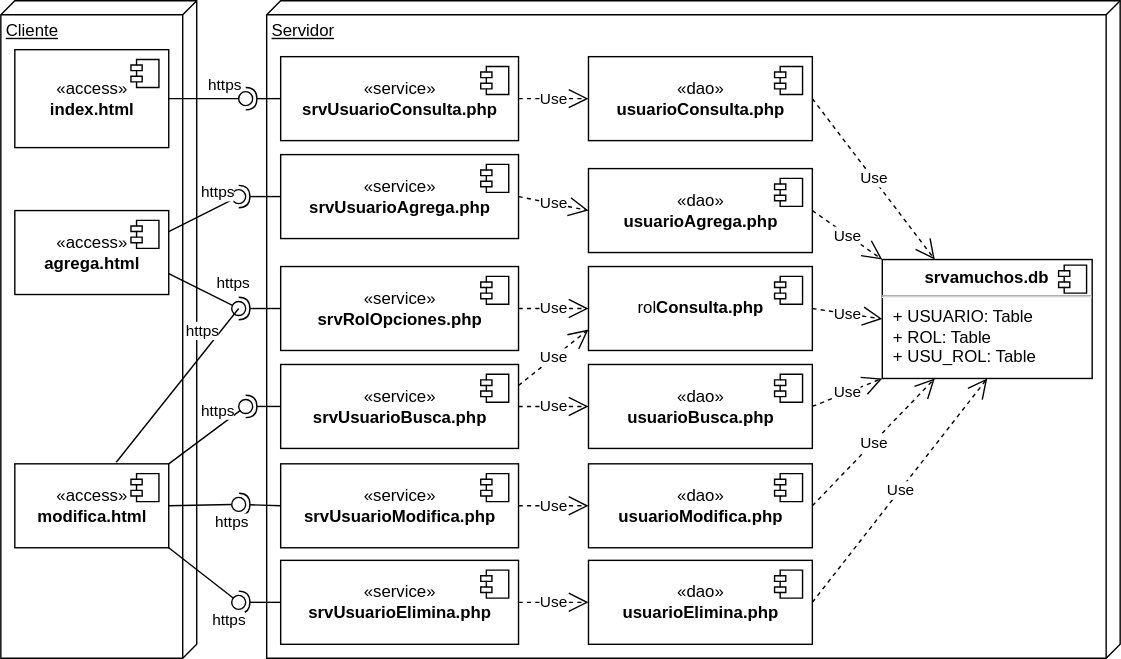
Above: img/m18amuchos/amuchosdeploy.drawio.svg in gilpgawoas/gilpgawoas.github.io (draw.io), before the change. Source tidied: cells renumbered, new cells last; positions are measured from the earlier drawing's top-left corner, leaving out a move shared by most shapes.
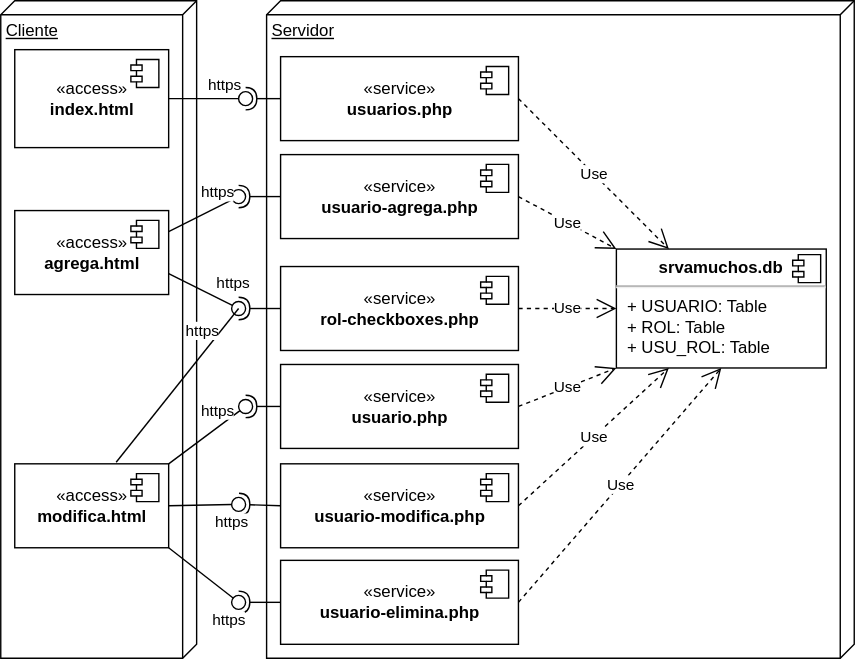
The same diagram one commit later.

The edit, as a diff of the source:
```diff
@@ -14,9 +14,9 @@
       </mxGeometry>
     </mxCell>
     <mxCell id="5" value="Servidor" style="verticalAlign=top;align=left;spacingTop=8;spacingLeft=2;spacingRight=12;shape=cube;size=10;direction=south;fontStyle=4;html=1;" parent="1" vertex="1">
-      <mxGeometry x="190" width="610" height="470" as="geometry" />
+      <mxGeometry x="190" width="420" height="470" as="geometry" />
     </mxCell>
-    <mxCell id="6" value="«service»&lt;br&gt;&lt;b&gt;srvUsuarioConsulta.php&lt;/b&gt;" style="html=1;" parent="1" vertex="1">
+    <mxCell id="6" value="«service»&lt;br&gt;&lt;b&gt;usuarios.php&lt;/b&gt;" style="html=1;" parent="1" vertex="1">
       <mxGeometry x="200" y="40" width="170" height="60" as="geometry" />
     </mxCell>
     <mxCell id="7" style="shape=module;jettyWidth=8;jettyHeight=4;" parent="6" vertex="1">
@@ -24,70 +24,26 @@
         <mxPoint x="-27" y="7" as="offset" />
       </mxGeometry>
     </mxCell>
-    <mxCell id="8" value="«dao»&lt;br&gt;&lt;b style=&quot;border-color: var(--border-color);&quot;&gt;usuario&lt;/b&gt;&lt;b&gt;Modifica.php&lt;/b&gt;" style="html=1;" parent="1" vertex="1">
-      <mxGeometry x="420" y="331" width="160" height="60" as="geometry" />
-    </mxCell>
-    <mxCell id="9" style="shape=module;jettyWidth=8;jettyHeight=4;" parent="8" vertex="1">
-      <mxGeometry x="1" width="20" height="20" relative="1" as="geometry">
-        <mxPoint x="-27" y="7" as="offset" />
-      </mxGeometry>
-    </mxCell>
-    <mxCell id="10" value="«dao»&lt;br&gt;&lt;b style=&quot;border-color: var(--border-color);&quot;&gt;usuario&lt;/b&gt;&lt;b&gt;Elimina.php&lt;/b&gt;" style="html=1;" parent="1" vertex="1">
-      <mxGeometry x="420" y="400" width="160" height="60" as="geometry" />
-    </mxCell>
-    <mxCell id="11" style="shape=module;jettyWidth=8;jettyHeight=4;" parent="10" vertex="1">
-      <mxGeometry x="1" width="20" height="20" relative="1" as="geometry">
-        <mxPoint x="-27" y="7" as="offset" />
-      </mxGeometry>
-    </mxCell>
-    <mxCell id="12" value="Use" style="endArrow=open;endSize=12;dashed=1;html=1;rounded=0;entryX=0;entryY=0.5;entryDx=0;entryDy=0;exitX=1;exitY=0.5;exitDx=0;exitDy=0;" parent="1" edge="1" source="6" target="30">
-      <mxGeometry relative="1" as="geometry" />
-    </mxCell>
-    <mxCell id="13" value="Use" style="endArrow=open;endSize=12;dashed=1;html=1;rounded=0;entryX=0;entryY=0.5;entryDx=0;entryDy=0;exitX=1;exitY=0.5;exitDx=0;exitDy=0;" parent="1" edge="1" source="38" target="10">
-      <mxGeometry relative="1" as="geometry" />
-    </mxCell>
-    <mxCell id="14" value="Use" style="endArrow=open;endSize=12;dashed=1;html=1;rounded=0;exitX=1;exitY=0.5;exitDx=0;exitDy=0;entryX=0.25;entryY=1;entryDx=0;entryDy=0;" parent="1" edge="1" source="8" target="16">
+    <mxCell id="14" value="Use" style="endArrow=open;endSize=12;dashed=1;html=1;rounded=0;entryX=0.25;entryY=1;entryDx=0;entryDy=0;exitX=1;exitY=0.5;exitDx=0;exitDy=0;" parent="1" edge="1" source="36" target="16">
       <mxGeometry relative="1" as="geometry" />
     </mxCell>
-    <mxCell id="15" value="Use" style="endArrow=open;endSize=12;dashed=1;html=1;rounded=0;entryX=0.5;entryY=1;entryDx=0;entryDy=0;exitX=1;exitY=0.5;exitDx=0;exitDy=0;" parent="1" edge="1" source="10" target="16">
+    <mxCell id="15" value="Use" style="endArrow=open;endSize=12;dashed=1;html=1;rounded=0;entryX=0.5;entryY=1;entryDx=0;entryDy=0;exitX=1;exitY=0.5;exitDx=0;exitDy=0;" parent="1" edge="1" source="38" target="16">
       <mxGeometry relative="1" as="geometry" />
     </mxCell>
     <mxCell id="16" value="&lt;p style=&quot;margin:0px;margin-top:6px;text-align:center;&quot;&gt;&lt;b&gt;srvamuchos.db&lt;/b&gt;&lt;/p&gt;&lt;hr&gt;&lt;p style=&quot;margin:0px;margin-left:8px;&quot;&gt;+ USUARIO: Table&lt;/p&gt;&lt;p style=&quot;margin:0px;margin-left:8px;&quot;&gt;+ ROL: Table&lt;/p&gt;&lt;p style=&quot;margin:0px;margin-left:8px;&quot;&gt;+ USU_ROL: Table&lt;/p&gt;" style="align=left;overflow=fill;html=1;" parent="1" vertex="1">
-      <mxGeometry x="630" y="185" width="150" height="85" as="geometry" />
+      <mxGeometry x="440" y="177.5" width="150" height="85" as="geometry" />
     </mxCell>
     <mxCell id="17" style="shape=component;jettyWidth=8;jettyHeight=4;" parent="16" vertex="1">
       <mxGeometry x="1" width="20" height="20" relative="1" as="geometry">
         <mxPoint x="-24" y="4" as="offset" />
       </mxGeometry>
     </mxCell>
-    <mxCell id="18" value="«dao»&lt;br&gt;&lt;b style=&quot;border-color: var(--border-color);&quot;&gt;usuario&lt;/b&gt;&lt;b&gt;Agrega.php&lt;/b&gt;" style="html=1;" parent="1" vertex="1">
-      <mxGeometry x="420" y="120" width="160" height="60" as="geometry" />
-    </mxCell>
-    <mxCell id="19" style="shape=module;jettyWidth=8;jettyHeight=4;" parent="18" vertex="1">
-      <mxGeometry x="1" width="20" height="20" relative="1" as="geometry">
-        <mxPoint x="-27" y="7" as="offset" />
-      </mxGeometry>
-    </mxCell>
-    <mxCell id="20" value="«dao»&lt;br&gt;&lt;b style=&quot;border-color: var(--border-color);&quot;&gt;usuario&lt;/b&gt;&lt;b&gt;Busca.php&lt;/b&gt;" style="html=1;" parent="1" vertex="1">
-      <mxGeometry x="420" y="260" width="160" height="60" as="geometry" />
-    </mxCell>
-    <mxCell id="21" style="shape=module;jettyWidth=8;jettyHeight=4;" parent="20" vertex="1">
-      <mxGeometry x="1" width="20" height="20" relative="1" as="geometry">
-        <mxPoint x="-27" y="7" as="offset" />
-      </mxGeometry>
-    </mxCell>
-    <mxCell id="22" value="Use" style="endArrow=open;endSize=12;dashed=1;html=1;rounded=0;exitX=1;exitY=0.5;exitDx=0;exitDy=0;entryX=0;entryY=0;entryDx=0;entryDy=0;" parent="1" edge="1" source="18" target="16">
+    <mxCell id="22" value="Use" style="endArrow=open;endSize=12;dashed=1;html=1;rounded=0;exitX=1;exitY=0.5;exitDx=0;exitDy=0;entryX=0;entryY=0;entryDx=0;entryDy=0;" parent="1" edge="1" source="32" target="16">
       <mxGeometry relative="1" as="geometry" />
     </mxCell>
-    <mxCell id="23" value="Use" style="endArrow=open;endSize=12;dashed=1;html=1;rounded=0;exitX=1;exitY=0.5;exitDx=0;exitDy=0;entryX=0;entryY=1;entryDx=0;entryDy=0;" parent="1" edge="1" source="20" target="16">
+    <mxCell id="23" value="Use" style="endArrow=open;endSize=12;dashed=1;html=1;rounded=0;exitX=1;exitY=0.5;exitDx=0;exitDy=0;entryX=0;entryY=1;entryDx=0;entryDy=0;" parent="1" edge="1" source="34" target="16">
       <mxGeometry relative="1" as="geometry" />
     </mxCell>
-    <mxCell id="24" value="Use" style="endArrow=open;endSize=12;dashed=1;html=1;rounded=0;entryX=0;entryY=0.5;entryDx=0;entryDy=0;exitX=1;exitY=0.5;exitDx=0;exitDy=0;" parent="1" edge="1" source="34" target="20">
-      <mxGeometry relative="1" as="geometry" />
-    </mxCell>
-    <mxCell id="25" value="Use" style="endArrow=open;endSize=12;dashed=1;html=1;rounded=0;entryX=0;entryY=0.5;entryDx=0;entryDy=0;exitX=1;exitY=0.5;exitDx=0;exitDy=0;" parent="1" edge="1" source="36" target="8">
-      <mxGeometry relative="1" as="geometry" />
-    </mxCell>
     <mxCell id="26" value="«access»&lt;br&gt;&lt;b&gt;agrega.html&lt;/b&gt;" style="html=1;" parent="1" vertex="1">
       <mxGeometry x="10" y="150" width="110" height="60" as="geometry" />
     </mxCell>
@@ -104,15 +60,7 @@
         <mxPoint x="-27" y="7" as="offset" />
       </mxGeometry>
     </mxCell>
-    <mxCell id="30" value="«dao»&lt;br&gt;&lt;b style=&quot;border-color: var(--border-color);&quot;&gt;usuario&lt;/b&gt;&lt;b&gt;Consulta.php&lt;/b&gt;" style="html=1;" parent="1" vertex="1">
-      <mxGeometry x="420" y="40" width="160" height="60" as="geometry" />
-    </mxCell>
-    <mxCell id="31" style="shape=module;jettyWidth=8;jettyHeight=4;" parent="30" vertex="1">
-      <mxGeometry x="1" width="20" height="20" relative="1" as="geometry">
-        <mxPoint x="-27" y="7" as="offset" />
-      </mxGeometry>
-    </mxCell>
-    <mxCell id="32" value="«service»&lt;br&gt;&lt;b&gt;srv&lt;/b&gt;&lt;b style=&quot;border-color: var(--border-color);&quot;&gt;Usuario&lt;/b&gt;&lt;b&gt;Agrega.php&lt;/b&gt;" style="html=1;" parent="1" vertex="1">
+    <mxCell id="32" value="«service»&lt;br&gt;&lt;b style=&quot;border-color: var(--border-color);&quot;&gt;usuario-a&lt;/b&gt;&lt;b&gt;grega.php&lt;/b&gt;" style="html=1;" parent="1" vertex="1">
       <mxGeometry x="200" y="110" width="170" height="60" as="geometry" />
     </mxCell>
     <mxCell id="33" style="shape=module;jettyWidth=8;jettyHeight=4;" parent="32" vertex="1">
@@ -120,7 +68,7 @@
         <mxPoint x="-27" y="7" as="offset" />
       </mxGeometry>
     </mxCell>
-    <mxCell id="34" value="«service»&lt;br&gt;&lt;b&gt;srv&lt;/b&gt;&lt;b style=&quot;border-color: var(--border-color);&quot;&gt;Usuario&lt;/b&gt;&lt;b&gt;Busca.php&lt;/b&gt;" style="html=1;" parent="1" vertex="1">
+    <mxCell id="34" value="«service»&lt;br&gt;&lt;b style=&quot;border-color: var(--border-color);&quot;&gt;usuario&lt;/b&gt;&lt;b&gt;.php&lt;/b&gt;" style="html=1;" parent="1" vertex="1">
       <mxGeometry x="200" y="260" width="170" height="60" as="geometry" />
     </mxCell>
     <mxCell id="35" style="shape=module;jettyWidth=8;jettyHeight=4;" parent="34" vertex="1">
@@ -128,7 +76,7 @@
         <mxPoint x="-27" y="7" as="offset" />
       </mxGeometry>
     </mxCell>
-    <mxCell id="36" value="«service»&lt;br&gt;&lt;b&gt;srv&lt;/b&gt;&lt;b style=&quot;border-color: var(--border-color);&quot;&gt;Usuario&lt;/b&gt;&lt;b&gt;Modifica.php&lt;/b&gt;" style="html=1;" parent="1" vertex="1">
+    <mxCell id="36" value="«service»&lt;br&gt;&lt;b style=&quot;border-color: var(--border-color);&quot;&gt;usuario-m&lt;/b&gt;&lt;b&gt;odifica.php&lt;/b&gt;" style="html=1;" parent="1" vertex="1">
       <mxGeometry x="200" y="331" width="170" height="60" as="geometry" />
     </mxCell>
     <mxCell id="37" style="shape=module;jettyWidth=8;jettyHeight=4;" parent="36" vertex="1">
@@ -136,7 +84,7 @@
         <mxPoint x="-27" y="7" as="offset" />
       </mxGeometry>
     </mxCell>
-    <mxCell id="38" value="«service»&lt;br&gt;&lt;b&gt;srv&lt;/b&gt;&lt;b style=&quot;border-color: var(--border-color);&quot;&gt;Usuario&lt;/b&gt;&lt;b&gt;Elimina.php&lt;/b&gt;" style="html=1;" parent="1" vertex="1">
+    <mxCell id="38" value="«service»&lt;br&gt;&lt;b style=&quot;border-color: var(--border-color);&quot;&gt;usuario-e&lt;/b&gt;&lt;b&gt;limina.php&lt;/b&gt;" style="html=1;" parent="1" vertex="1">
       <mxGeometry x="200" y="400" width="170" height="60" as="geometry" />
     </mxCell>
     <mxCell id="39" style="shape=module;jettyWidth=8;jettyHeight=4;" parent="38" vertex="1">
@@ -144,10 +92,7 @@
         <mxPoint x="-27" y="7" as="offset" />
       </mxGeometry>
     </mxCell>
-    <mxCell id="40" value="Use" style="endArrow=open;endSize=12;dashed=1;html=1;rounded=0;entryX=0;entryY=0.5;entryDx=0;entryDy=0;exitX=1;exitY=0.5;exitDx=0;exitDy=0;" parent="1" edge="1" source="32" target="18">
-      <mxGeometry relative="1" as="geometry" />
-    </mxCell>
-    <mxCell id="41" value="Use" style="endArrow=open;endSize=12;dashed=1;html=1;rounded=0;exitX=1;exitY=0.5;exitDx=0;exitDy=0;entryX=0.25;entryY=0;entryDx=0;entryDy=0;" parent="1" edge="1" source="30" target="16">
+    <mxCell id="41" value="Use" style="endArrow=open;endSize=12;dashed=1;html=1;rounded=0;exitX=1;exitY=0.5;exitDx=0;exitDy=0;entryX=0.25;entryY=0;entryDx=0;entryDy=0;" parent="1" edge="1" source="6" target="16">
       <mxGeometry relative="1" as="geometry" />
     </mxCell>
     <mxCell id="42" value="https" style="rounded=0;jettySize=auto;html=1;endArrow=none;endFill=0;sketch=0;sourcePerimeterSpacing=0;targetPerimeterSpacing=0;exitX=1;exitY=0;exitDx=0;exitDy=0;" parent="1" edge="1" source="28" target="44">
@@ -176,7 +121,7 @@
     <mxCell id="48" style="ellipse;whiteSpace=wrap;html=1;align=center;points=[];outlineConnect=0;sketch=0;" parent="1" vertex="1">
       <mxGeometry x="170" y="65" width="10" height="10" as="geometry" />
     </mxCell>
-    <mxCell id="49" value="«service»&lt;br&gt;&lt;b&gt;srvRolOpciones&lt;/b&gt;&lt;b&gt;.php&lt;/b&gt;" style="html=1;" parent="1" vertex="1">
+    <mxCell id="49" value="«service»&lt;br&gt;&lt;b&gt;rol-checkboxes&lt;/b&gt;&lt;b&gt;.php&lt;/b&gt;" style="html=1;" parent="1" vertex="1">
       <mxGeometry x="200" y="190" width="170" height="60" as="geometry" />
     </mxCell>
     <mxCell id="50" style="shape=module;jettyWidth=8;jettyHeight=4;" parent="49" vertex="1">
@@ -184,20 +129,9 @@
         <mxPoint x="-27" y="7" as="offset" />
       </mxGeometry>
     </mxCell>
-    <mxCell id="51" value="rol&lt;b&gt;Consulta.php&lt;/b&gt;" style="html=1;" parent="1" vertex="1">
-      <mxGeometry x="420" y="190" width="160" height="60" as="geometry" />
-    </mxCell>
-    <mxCell id="52" style="shape=module;jettyWidth=8;jettyHeight=4;" parent="51" vertex="1">
-      <mxGeometry x="1" width="20" height="20" relative="1" as="geometry">
-        <mxPoint x="-27" y="7" as="offset" />
-      </mxGeometry>
-    </mxCell>
-    <mxCell id="53" value="Use" style="endArrow=open;endSize=12;dashed=1;html=1;rounded=0;exitX=1;exitY=0.5;exitDx=0;exitDy=0;entryX=0;entryY=0.5;entryDx=0;entryDy=0;" parent="1" edge="1" source="51" target="16">
+    <mxCell id="53" value="Use" style="endArrow=open;endSize=12;dashed=1;html=1;rounded=0;exitX=1;exitY=0.5;exitDx=0;exitDy=0;entryX=0;entryY=0.5;entryDx=0;entryDy=0;" parent="1" edge="1" source="49" target="16">
       <mxGeometry relative="1" as="geometry" />
     </mxCell>
-    <mxCell id="54" value="Use" style="endArrow=open;endSize=12;dashed=1;html=1;rounded=0;entryX=0;entryY=0.5;entryDx=0;entryDy=0;exitX=1;exitY=0.5;exitDx=0;exitDy=0;" parent="1" edge="1" source="49" target="51">
-      <mxGeometry relative="1" as="geometry" />
-    </mxCell>
     <mxCell id="55" style="rounded=0;jettySize=auto;html=1;endArrow=halfCircle;endFill=0;endSize=6;strokeWidth=1;sketch=0;exitX=0;exitY=0.5;exitDx=0;exitDy=0;" parent="1" edge="1" source="32">
       <mxGeometry relative="1" as="geometry">
         <mxPoint x="170" y="140" as="targetPoint" />
@@ -254,9 +188,6 @@
     <mxCell id="67" style="ellipse;whiteSpace=wrap;html=1;align=center;fillColor=none;strokeColor=none;perimeter=centerPerimeter;" parent="1" vertex="1">
       <mxGeometry x="395" y="410" width="10" height="10" as="geometry" />
     </mxCell>
-    <mxCell id="68" value="Use" style="endArrow=open;endSize=12;dashed=1;html=1;rounded=0;exitX=1;exitY=0.25;exitDx=0;exitDy=0;entryX=0;entryY=0.75;entryDx=0;entryDy=0;" parent="1" edge="1" source="34" target="51">
-      <mxGeometry relative="1" as="geometry" />
-    </mxCell>
     <mxCell id="69" value="https" style="rounded=0;jettySize=auto;html=1;endArrow=oval;endFill=0;sketch=0;sourcePerimeterSpacing=0;targetPerimeterSpacing=0;endSize=10;exitX=1;exitY=0.75;exitDx=0;exitDy=0;" parent="1" edge="1" source="26">
       <mxGeometry x="0.6" y="13" relative="1" as="geometry">
         <mxPoint x="170" y="220" as="targetPoint" />
```
